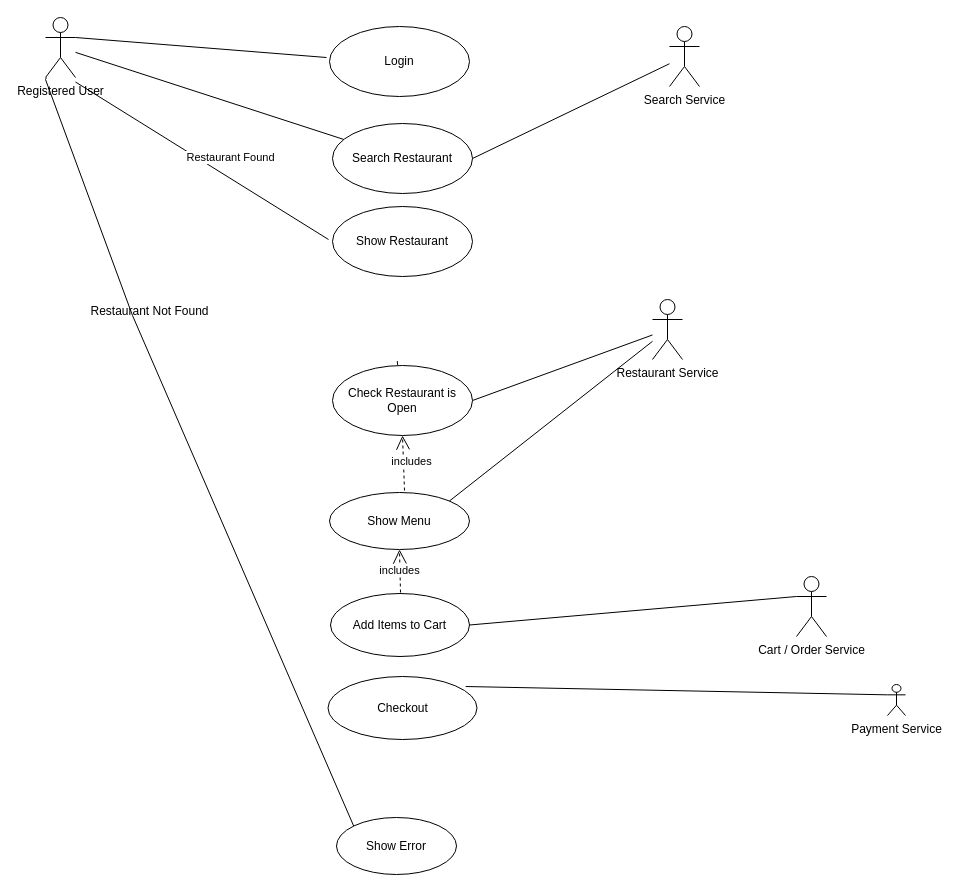
This is Restaurant Use Case.drawio from prakhardixit248/UpGrad_MS, a draw.io file, before an edit. Source tidied: cells renumbered, new cells numbered last; positions are measured from the earlier drawing's top-left corner, leaving out a move shared by most shapes. Both pictures are drawn from the tidied source at 100%, with x=0, y=0 at pixel (45, 17).
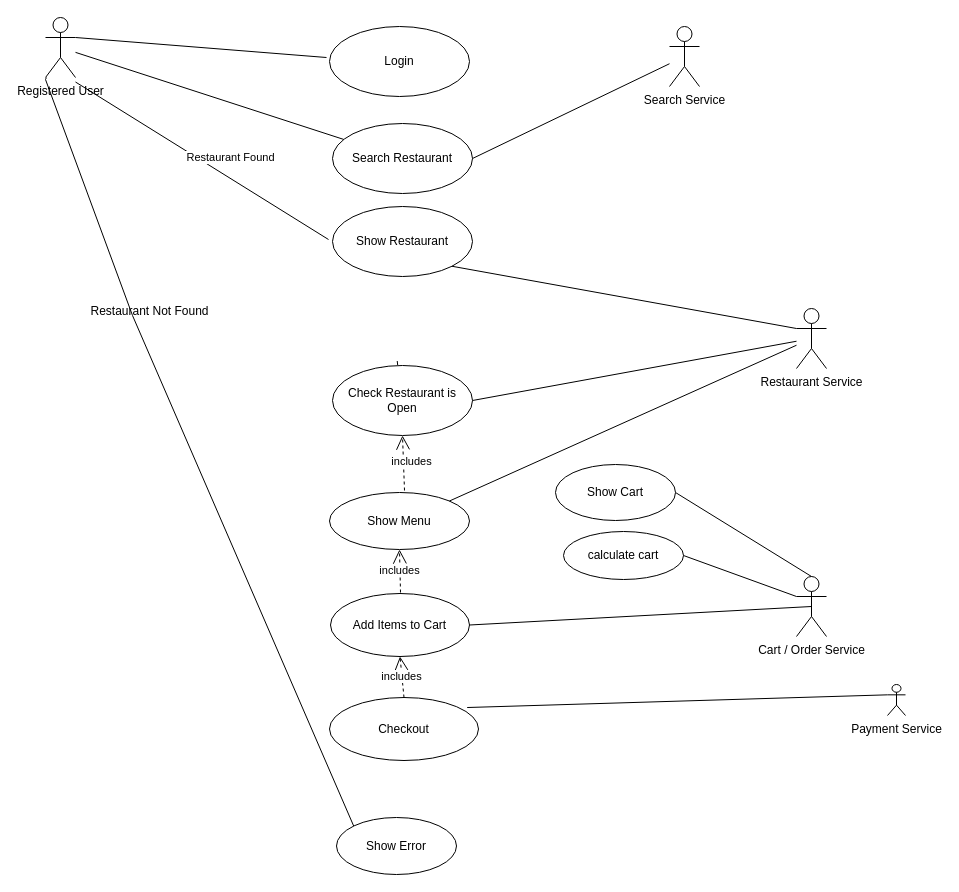
The same page after the edit.

Unchanged cells that the change refers to:
```xml
<mxCell id="6" value="Show Restaurant" style="ellipse;whiteSpace=wrap;html=1;" parent="1" vertex="1">
  <mxGeometry x="287" y="189" width="140" height="70" as="geometry" />
</mxCell>
<mxCell id="23" value="Add Items to Cart" style="ellipse;whiteSpace=wrap;html=1;" parent="1" vertex="1">
  <mxGeometry x="285" y="576" width="139" height="63" as="geometry" />
</mxCell>
<mxCell id="26" value="Cart / Order Service" style="shape=umlActor;verticalLabelPosition=bottom;verticalAlign=top;html=1;outlineConnect=0;" parent="1" vertex="1">
  <mxGeometry x="751" y="559" width="30" height="60" as="geometry" />
</mxCell>
```

What changed in the source:
```diff
@@
     <mxCell id="11" value="Restaurant Service" style="shape=umlActor;verticalLabelPosition=bottom;verticalAlign=top;html=1;" parent="1" vertex="1">
-      <mxGeometry x="607" y="282" width="30" height="60" as="geometry" />
+      <mxGeometry x="751" y="291" width="30" height="60" as="geometry" />
     </mxCell>
@@
     <mxCell id="24" value="Checkout" style="ellipse;whiteSpace=wrap;html=1;" parent="1" vertex="1">
-      <mxGeometry x="282.5" y="659" width="149" height="63" as="geometry" />
+      <mxGeometry x="284" y="680" width="149" height="63" as="geometry" />
     </mxCell>
@@
-    <mxCell id="27" style="endArrow=none;html=1;rounded=0;exitX=1;exitY=0.5;exitDx=0;exitDy=0;entryX=0;entryY=0.3333333333333333;entryDx=0;entryDy=0;entryPerimeter=0;" parent="1" edge="1" source="23" target="26">
+    <mxCell id="27" style="endArrow=none;html=1;rounded=0;exitX=1;exitY=0.5;exitDx=0;exitDy=0;entryX=0.5;entryY=0.5;entryDx=0;entryDy=0;entryPerimeter=0;" parent="1" edge="1" source="23" target="26">
       <mxGeometry relative="1" as="geometry" />
     </mxCell>
@@
+    <mxCell id="29" value="includes" style="endArrow=open;endSize=12;dashed=1;html=1;rounded=0;exitX=0.5;exitY=0;exitDx=0;exitDy=0;entryX=0.5;entryY=1;entryDx=0;entryDy=0;" parent="1" edge="1" source="24" target="23">
+      <mxGeometry relative="1" as="geometry" />
+    </mxCell>
+    <mxCell id="30" style="endArrow=none;html=1;rounded=0;entryX=0;entryY=0.3333333333333333;entryDx=0;entryDy=0;entryPerimeter=0;exitX=1;exitY=1;exitDx=0;exitDy=0;" parent="1" edge="1" source="6" target="11">
+      <mxGeometry relative="1" as="geometry" />
+    </mxCell>
+    <mxCell id="31" style="endArrow=none;html=1;rounded=0;entryX=0.5;entryY=0;entryDx=0;entryDy=0;entryPerimeter=0;exitX=1;exitY=0.5;exitDx=0;exitDy=0;" parent="1" edge="1" source="32" target="26">
+      <mxGeometry relative="1" as="geometry" />
+    </mxCell>
+    <mxCell id="32" value="Show Cart" style="ellipse;whiteSpace=wrap;html=1;" parent="1" vertex="1">
+      <mxGeometry x="510" y="447" width="120" height="56" as="geometry" />
+    </mxCell>
+    <mxCell id="33" value="calculate cart" style="ellipse;whiteSpace=wrap;html=1;" parent="1" vertex="1">
+      <mxGeometry x="518" y="514" width="120" height="48" as="geometry" />
+    </mxCell>
+    <mxCell id="34" style="endArrow=none;html=1;rounded=0;exitX=1;exitY=0.5;exitDx=0;exitDy=0;entryX=0;entryY=0.3333333333333333;entryDx=0;entryDy=0;entryPerimeter=0;" parent="1" edge="1" source="33" target="26">
+      <mxGeometry relative="1" as="geometry" />
+    </mxCell>
```
